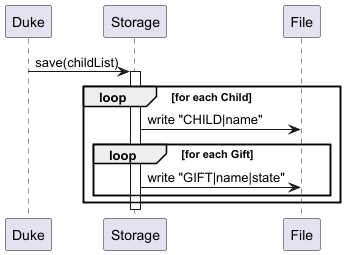
Earlier version of the PlantUML export docs/diagrams/SaveDataSequenceDiagram.png (shrabasti-c/tp).
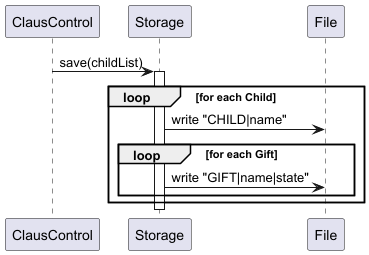
The same file after the commit.

Commit message:
Format the DG correctly and fix storage UML diagrams

The edit, as a diff of the source:
```diff
@@ -1,10 +1,10 @@
 @startuml
 
-participant Duke
+participant ClausControl
 participant Storage
 participant File
 
-Duke -> Storage : save(childList)
+ClausControl -> Storage : save(childList)
 activate Storage
 
 loop for each Child
```
